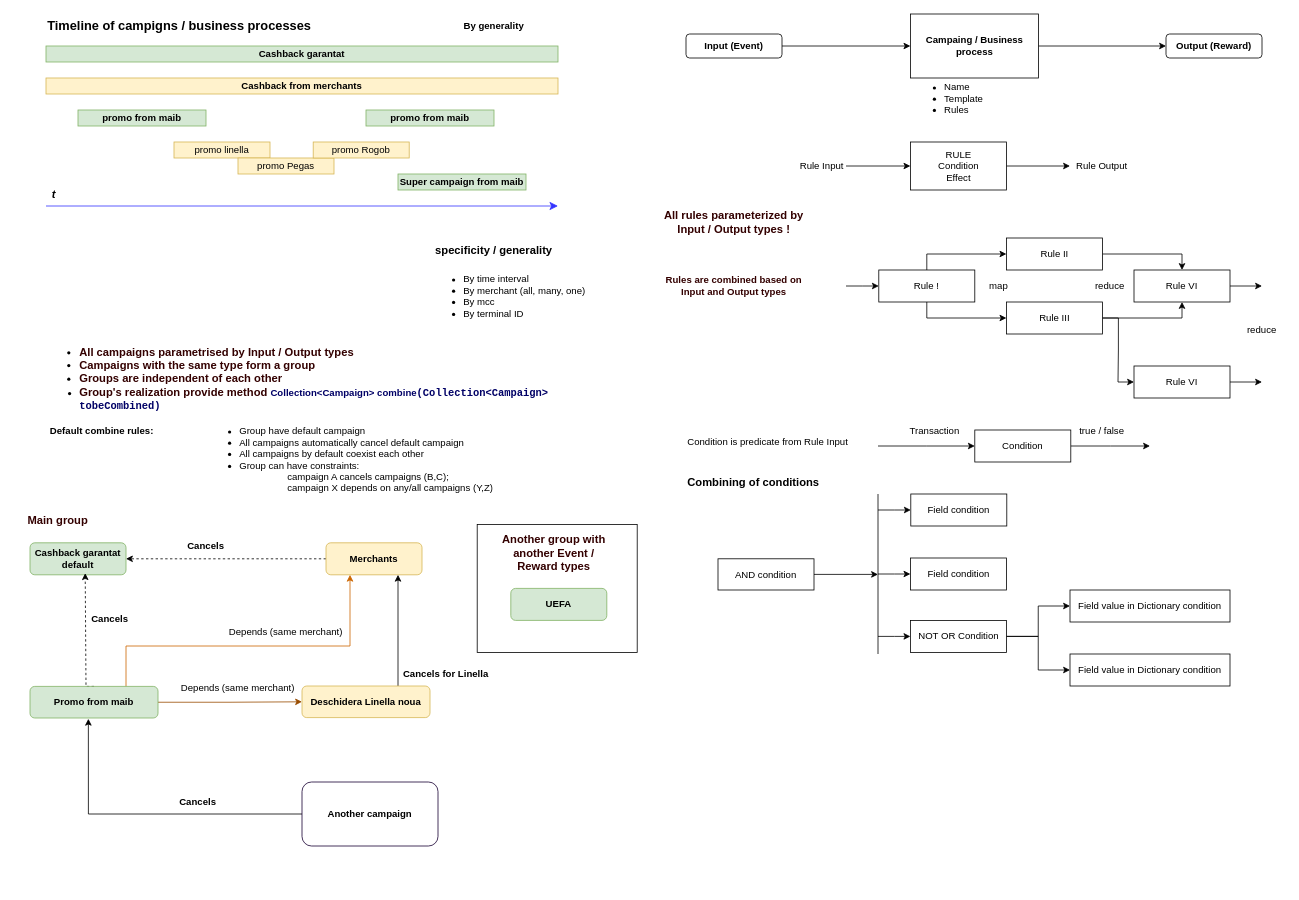
Earlier version of the draw.io diagram Диаграмма без названия.drawio (DemiusAcademius/diagrams). Source tidied: cells renumbered, new cells numbered last; positions are measured from the earlier drawing's top-left corner, leaving out a move shared by most shapes. Both pictures are drawn from the tidied source at 80%, with x=0, y=0 at pixel (14, 14).
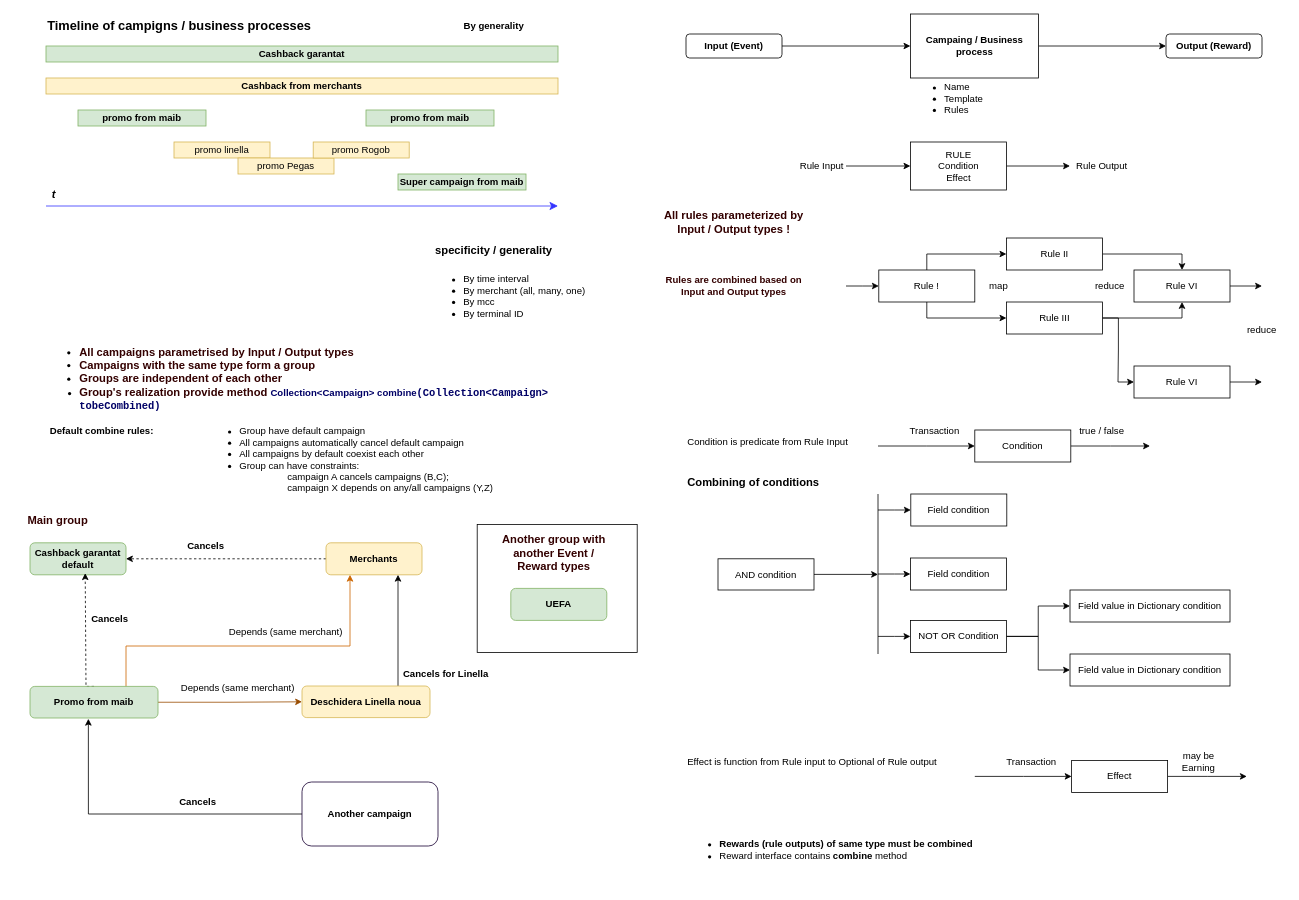
After the change.

Change to the diagram source:
```diff
@@
+    <mxCell id="89" value="Effect is function from Rule input to Optional of Rule output" style="text;html=1;strokeColor=none;fillColor=none;align=left;verticalAlign=middle;whiteSpace=wrap;rounded=0;" parent="1" vertex="1">
+      <mxGeometry x="840" y="920" width="320" height="30" as="geometry" />
+    </mxCell>
+    <mxCell id="90" style="edgeStyle=orthogonalEdgeStyle;rounded=0;jettySize=auto;html=1;" parent="1" edge="1" source="92">
+      <mxGeometry relative="1" as="geometry">
+        <mxPoint x="1541" y="953" as="targetPoint" />
+      </mxGeometry>
+    </mxCell>
+    <mxCell id="91" style="edgeStyle=orthogonalEdgeStyle;rounded=0;jettySize=auto;html=1;startArrow=classic;startFill=1;endArrow=none;endFill=0;" parent="1" edge="1" source="92">
+      <mxGeometry relative="1" as="geometry">
+        <mxPoint x="1201" y="953" as="targetPoint" />
+      </mxGeometry>
+    </mxCell>
+    <mxCell id="92" value="Effect" style="rounded=0;whiteSpace=wrap;html=1;" parent="1" vertex="1">
+      <mxGeometry x="1322" y="933" width="120" height="40" as="geometry" />
+    </mxCell>
+    <mxCell id="93" value="may be Earning" style="text;html=1;strokeColor=none;fillColor=none;align=center;verticalAlign=middle;whiteSpace=wrap;rounded=0;" parent="1" vertex="1">
+      <mxGeometry x="1451" y="920" width="60" height="30" as="geometry" />
+    </mxCell>
+    <mxCell id="94" value="Transaction" style="text;html=1;strokeColor=none;fillColor=none;align=center;verticalAlign=middle;whiteSpace=wrap;rounded=0;" parent="1" vertex="1">
+      <mxGeometry x="1242" y="920" width="60" height="30" as="geometry" />
+    </mxCell>
+    <mxCell id="95" value="&lt;ul&gt;&lt;li&gt;&lt;b style=&quot;border-color: var(--border-color); text-align: center;&quot;&gt;Rewards (rule outputs) of same type must be combined&lt;/b&gt;&lt;br&gt;&lt;/li&gt;&lt;li&gt;Reward interface contains &lt;b&gt;combine &lt;/b&gt;method&lt;/li&gt;&lt;/ul&gt;" style="text;strokeColor=none;fillColor=none;html=1;whiteSpace=wrap;verticalAlign=middle;overflow=hidden;" parent="1" vertex="1">
+      <mxGeometry x="840" y="1000" width="400" height="90" as="geometry" />
+    </mxCell>
```
